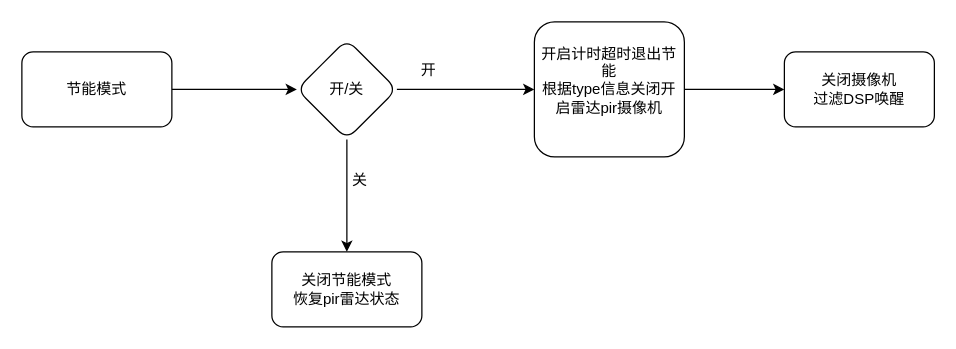
The draw.io diagram 节能模式.drawio in wsdmzz/drawio-desktop, before the edit. Source tidied: cells renumbered, new cells numbered last; positions are measured from the earlier drawing's top-left corner, leaving out a move shared by most shapes. Both pictures are drawn from the tidied source at 125%, with x=0, y=0 at pixel (21, 21).
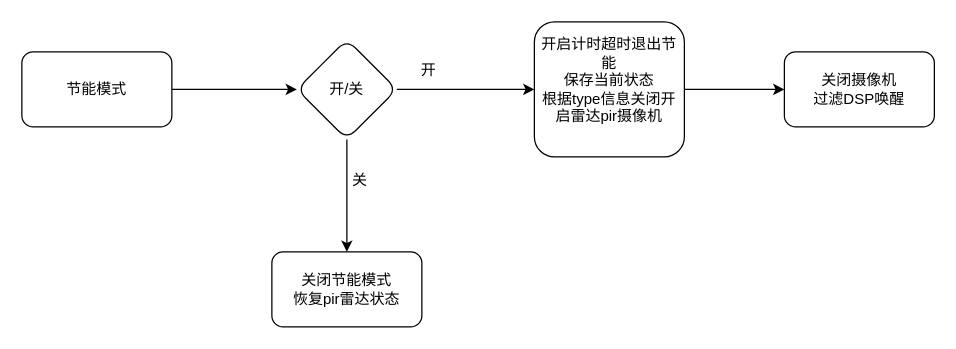
Above is the later version.

Commit message:
更新节能模式.drawio

The edit, as a diff of the source:
```diff
@@
 <mxGraphModel>
   <root>
     <mxCell id="0" />
     <mxCell id="1" parent="0" />
     <mxCell id="2" style="edgeStyle=orthogonalEdgeStyle;rounded=0;jettySize=auto;html=1;" parent="1" edge="1" source="3" target="6">
       <mxGeometry relative="1" as="geometry" />
     </mxCell>
     <mxCell id="3" value="节能模式" style="rounded=1;whiteSpace=wrap;html=1;" parent="1" vertex="1">
       <mxGeometry y="24" width="120" height="60" as="geometry" />
     </mxCell>
     <mxCell id="4" style="edgeStyle=orthogonalEdgeStyle;rounded=0;jettySize=auto;html=1;" parent="1" edge="1" source="6" target="8">
       <mxGeometry relative="1" as="geometry" />
     </mxCell>
     <mxCell id="5" style="edgeStyle=orthogonalEdgeStyle;rounded=0;jettySize=auto;html=1;" parent="1" edge="1" source="6" target="10">
       <mxGeometry relative="1" as="geometry" />
     </mxCell>
     <mxCell id="6" value="开/关" style="rhombus;whiteSpace=wrap;html=1;rounded=1;" parent="1" vertex="1">
       <mxGeometry x="220" y="14" width="80" height="80" as="geometry" />
     </mxCell>
     <mxCell id="7" style="edgeStyle=orthogonalEdgeStyle;rounded=0;jettySize=auto;html=1;" parent="1" edge="1" source="8" target="12">
       <mxGeometry relative="1" as="geometry" />
     </mxCell>
-    <mxCell id="8" value="开启计时超时退出节能&lt;br&gt;根据type信息关闭开启雷达pir摄像机&lt;br&gt;&lt;br&gt;" style="whiteSpace=wrap;html=1;rounded=1;" parent="1" vertex="1">
+    <mxCell id="8" value="开启计时超时退出节能&lt;br&gt;保存当前状态&lt;br&gt;根据type信息关闭开启雷达pir摄像机&lt;br&gt;&lt;br&gt;" style="whiteSpace=wrap;html=1;rounded=1;" parent="1" vertex="1">
       <mxGeometry x="410" width="120" height="108" as="geometry" />
     </mxCell>
     <mxCell id="9" value="开" style="text;html=1;align=center;verticalAlign=middle;strokeColor=none;fillColor=none;" parent="1" vertex="1">
       <mxGeometry x="305" y="24" width="40" height="30" as="geometry" />
     </mxCell>
     <mxCell id="10" value="关闭节能模式&lt;br&gt;恢复pir雷达状态" style="whiteSpace=wrap;html=1;rounded=1;" parent="1" vertex="1">
       <mxGeometry x="200" y="184" width="120" height="60" as="geometry" />
     </mxCell>
     <mxCell id="11" value="关" style="text;html=1;align=center;verticalAlign=middle;strokeColor=none;fillColor=none;" parent="1" vertex="1">
       <mxGeometry x="250" y="112" width="40" height="30" as="geometry" />
     </mxCell>
     <mxCell id="12" value="关闭摄像机&lt;br&gt;过滤DSP唤醒" style="whiteSpace=wrap;html=1;rounded=1;" parent="1" vertex="1">
       <mxGeometry x="610" y="24" width="120" height="60" as="geometry" />
     </mxCell>
   </root>
 </mxGraphModel>
```
